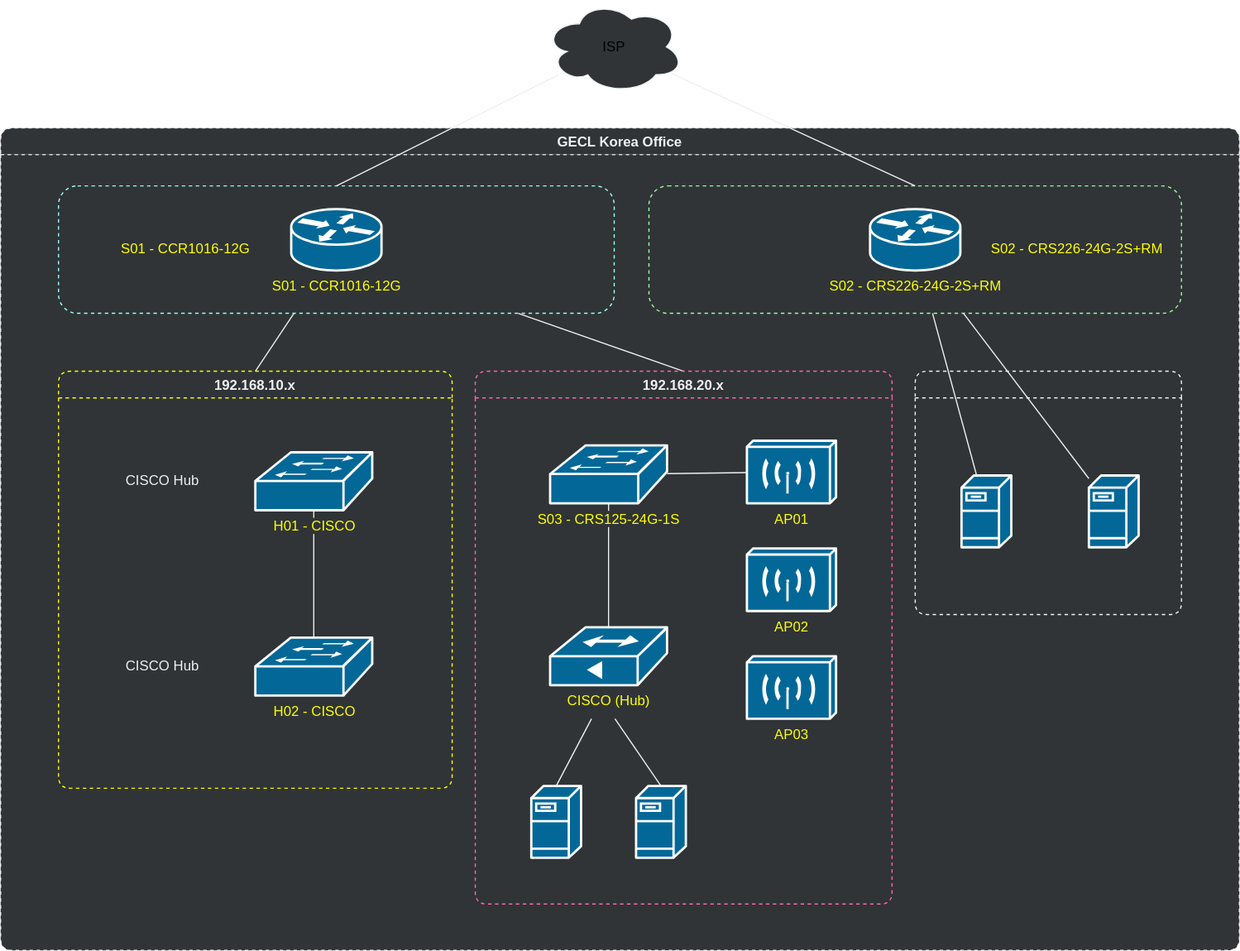
The draw.io diagram assets/.draw.io/documents/geclkorea-network-diagram.svg in jiholee-ntwglobal/jiholee-ntwglobal.github.io, before a commit. Source tidied: cells renumbered, new cells last; positions are measured from the earlier drawing's top-left corner, leaving out a move shared by most shapes.
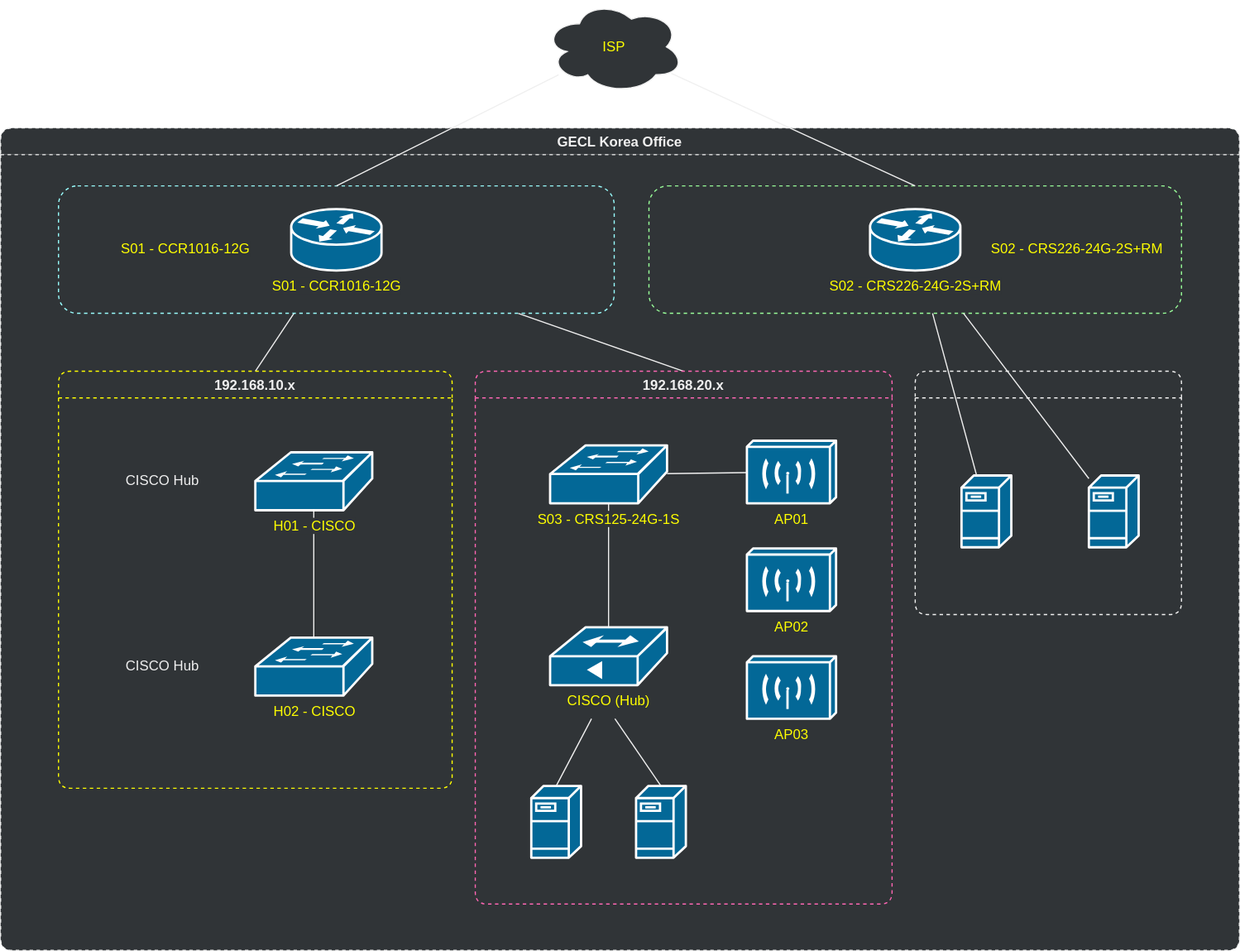
Later version of the same file.

The edit, as a diff of the source:
```diff
@@ -118,7 +118,7 @@
     <mxCell id="37" style="edgeStyle=none;rounded=0;jettySize=auto;html=1;entryX=0.5;entryY=0;entryDx=0;entryDy=0;endArrow=none;endFill=0;fontColor=#F0F0F0;fillColor=#1ba1e2;strokeColor=#F0F0F0;" parent="1" edge="1" source="38" target="5">
       <mxGeometry relative="1" as="geometry" />
     </mxCell>
-    <mxCell id="38" value="ISP" style="ellipse;shape=cloud;whiteSpace=wrap;html=1;rounded=1;gradientColor=none;strokeColor=#F0F0F0;fillColor=#303437;" parent="1" vertex="1">
+    <mxCell id="38" value="&lt;font color=&quot;#ffff00&quot;&gt;ISP&lt;/font&gt;" style="ellipse;shape=cloud;whiteSpace=wrap;html=1;rounded=1;gradientColor=none;strokeColor=#F0F0F0;fillColor=#303437;" parent="1" vertex="1">
       <mxGeometry x="470" width="120" height="80" as="geometry" />
     </mxCell>
   </root>
```
